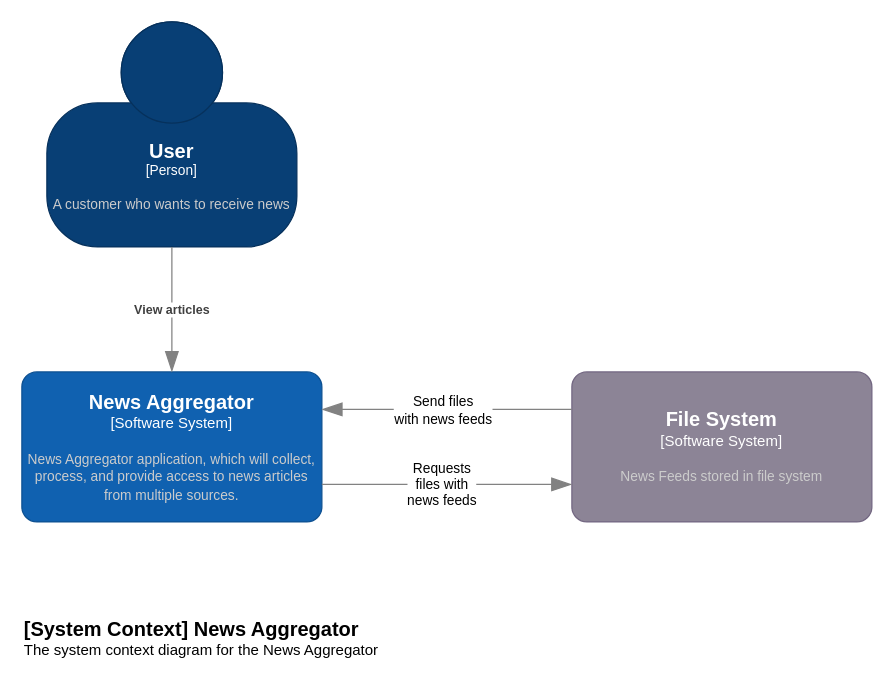
This is page "ContextDiagram" (1 of 4) of docs/c4model/c4model.drawio.xml from antonchaban/news-aggregator, a draw.io file, before an edit. Source tidied: cells renumbered, new cells numbered last; positions are measured from the earlier drawing's top-left corner, leaving out a move shared by most shapes. Both pictures are drawn from the tidied source at 125%, with x=0, y=0 at pixel (21, 21).
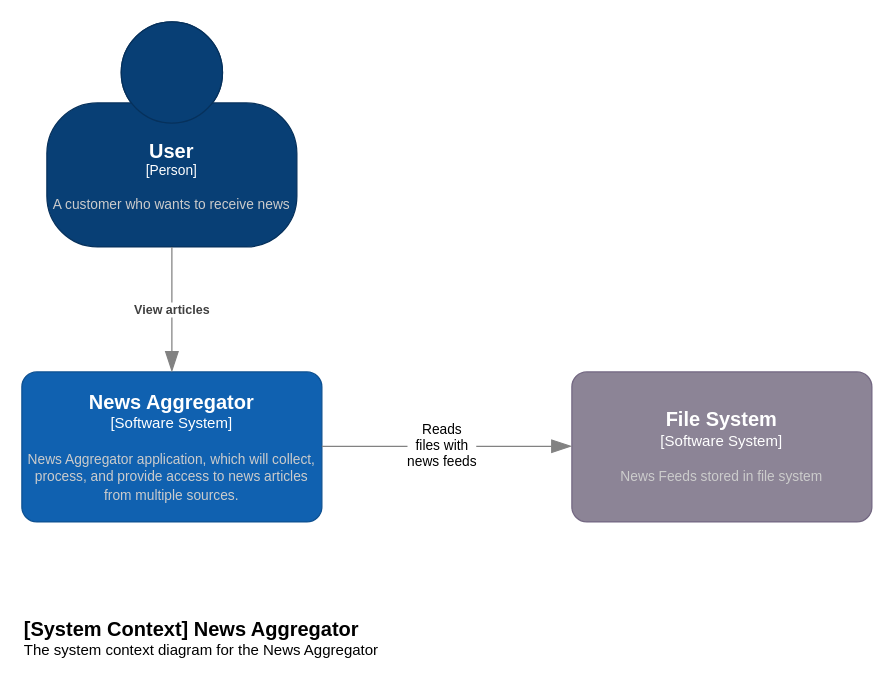
The same page after the edit.

Change to the diagram source:
```diff
@@
 <mxGraphModel>
   <root>
     <mxCell id="0" />
     <mxCell id="1" parent="0" />
     <object id="2" label="&lt;font style=&quot;font-size: 16px&quot;&gt;&lt;b&gt;&lt;div style=&quot;text-align: left&quot;&gt;%c4Name%&lt;/div&gt;&lt;/b&gt;&lt;/font&gt;&lt;div style=&quot;text-align: left&quot;&gt;%c4Description%&lt;/div&gt;" c4Description="The system context diagram for the News Aggregator" c4Name="[System Context] News Aggregator" placeholders="1">
       <mxCell style="text;html=1;strokeColor=none;fillColor=none;align=left;verticalAlign=top;whiteSpace=wrap;rounded=0;" parent="1" vertex="1">
         <mxGeometry y="470" width="330" height="40" as="geometry" />
       </mxCell>
     </object>
     <object id="3" label="&lt;font style=&quot;font-size: 16px&quot;&gt;&lt;b&gt;%c4Name%&lt;/b&gt;&lt;/font&gt;&lt;div&gt;[%c4Type%]&lt;/div&gt;&lt;br&gt;&lt;div&gt;&lt;font style=&quot;font-size: 11px&quot;&gt;&lt;font color=&quot;#cccccc&quot;&gt;%c4Description%&lt;/font&gt;&lt;/div&gt;" c4Description="A customer who wants to receive news" c4Name="User" c4Type="Person" placeholders="1">
       <mxCell style="html=1;fontSize=11;dashed=0;whiteSpace=wrap;fillColor=#083F75;strokeColor=#06315C;fontColor=#ffffff;shape=mxgraph.c4.person2;align=center;points=[[0.5,0,0],[1,0.5,0],[1,0.75,0],[0.75,1,0],[0.5,1,0],[0.25,1,0],[0,0.75,0],[0,0.5,0]];" parent="1" vertex="1">
         <mxGeometry x="20" width="200" height="180" as="geometry" />
       </mxCell>
     </object>
     <object id="4" label="&lt;font style=&quot;font-size: 16px&quot;&gt;&lt;b&gt;%c4Name%&lt;/b&gt;&lt;/font&gt;&lt;div&gt;[%c4Type%]&lt;/div&gt;&lt;br&gt;&lt;div&gt;&lt;font style=&quot;font-size: 11px&quot;&gt;&lt;font color=&quot;#cccccc&quot;&gt;%c4Description%&lt;/font&gt;&lt;/div&gt;" c4Description="News Aggregator application, which will collect, process, and provide access to news articles from multiple sources." c4Name="News Aggregator" c4Type="Software System" placeholders="1">
       <mxCell style="rounded=1;whiteSpace=wrap;html=1;labelBackgroundColor=none;fillColor=#1061B0;fontColor=#ffffff;align=center;arcSize=10;strokeColor=#0D5091;points=[[0.25,0,0],[0.5,0,0],[0.75,0,0],[1,0.25,0],[1,0.5,0],[1,0.75,0],[0.75,1,0],[0.5,1,0],[0.25,1,0],[0,0.75,0],[0,0.5,0],[0,0.25,0]];" parent="1" vertex="1">
         <mxGeometry y="280" width="240" height="120" as="geometry" />
       </mxCell>
     </object>
     <object id="5" label="&lt;font style=&quot;font-size: 16px&quot;&gt;&lt;b&gt;%c4Name%&lt;/b&gt;&lt;/font&gt;&lt;div&gt;[%c4Type%]&lt;/div&gt;&lt;br&gt;&lt;div&gt;&lt;font style=&quot;font-size: 11px&quot;&gt;&lt;font color=&quot;#cccccc&quot;&gt;%c4Description%&lt;/font&gt;&lt;/div&gt;" c4Description="News Feeds stored in file system" c4Name="File System" c4Type="Software System" placeholders="1">
       <mxCell style="rounded=1;whiteSpace=wrap;html=1;labelBackgroundColor=none;fillColor=#8C8496;fontColor=#ffffff;align=center;arcSize=10;strokeColor=#736782;points=[[0.25,0,0],[0.5,0,0],[0.75,0,0],[1,0.25,0],[1,0.5,0],[1,0.75,0],[0.75,1,0],[0.5,1,0],[0.25,1,0],[0,0.75,0],[0,0.5,0],[0,0.25,0]];" parent="1" vertex="1">
         <mxGeometry x="440" y="280" width="240" height="120" as="geometry" />
       </mxCell>
     </object>
     <object id="6" label="&lt;div style=&quot;text-align: left&quot;&gt;&lt;div style=&quot;text-align: center&quot;&gt;&lt;b&gt;%c4Description%&lt;/b&gt;&lt;/div&gt;" c4Description="View articles" placeholders="1">
       <mxCell style="endArrow=blockThin;html=1;fontSize=10;fontColor=#404040;strokeWidth=1;endFill=1;strokeColor=#828282;elbow=vertical;endSize=14;startSize=14;jumpStyle=arc;jumpSize=16;rounded=0;edgeStyle=orthogonalEdgeStyle;exitX=0.5;exitY=1;exitDx=0;exitDy=0;exitPerimeter=0;entryX=0.5;entryY=0;entryDx=0;entryDy=0;entryPerimeter=0;" parent="1" edge="1" source="3" target="4">
         <mxGeometry relative="1" as="geometry" />
       </mxCell>
     </object>
-    <mxCell id="7" style="endArrow=blockThin;html=1;fontSize=10;fontColor=#404040;strokeWidth=1;endFill=1;strokeColor=#828282;elbow=vertical;endSize=14;startSize=14;jumpStyle=arc;jumpSize=16;rounded=0;edgeStyle=orthogonalEdgeStyle;exitX=1;exitY=0.75;exitDx=0;exitDy=0;exitPerimeter=0;entryX=0;entryY=0.75;entryDx=0;entryDy=0;entryPerimeter=0;" parent="1" edge="1" source="4" target="5">
-      <mxGeometry relative="1" as="geometry" />
+    <mxCell id="7" style="endArrow=blockThin;html=1;fontSize=10;fontColor=#404040;strokeWidth=1;endFill=1;strokeColor=#828282;elbow=vertical;endSize=14;startSize=14;jumpStyle=arc;jumpSize=16;rounded=0;edgeStyle=orthogonalEdgeStyle;exitX=1;exitY=0.75;exitDx=0;exitDy=0;exitPerimeter=0;entryX=0;entryY=0.75;entryDx=0;entryDy=0;entryPerimeter=0;" parent="1" edge="1">
+      <mxGeometry relative="1" as="geometry">
+        <mxPoint x="240" y="339.5" as="sourcePoint" />
+        <mxPoint x="440" y="339.5" as="targetPoint" />
+      </mxGeometry>
     </mxCell>
-    <mxCell id="8" value="Requests&lt;br&gt;files with&lt;br&gt;news feeds" style="edgeLabel;html=1;align=center;verticalAlign=middle;" parent="7" vertex="1">
+    <mxCell id="8" value="Reads&lt;br&gt;files with&lt;br&gt;news feeds" style="edgeLabel;html=1;align=center;verticalAlign=middle;" parent="7" vertex="1">
       <mxGeometry x="-0.16" y="1" relative="1" as="geometry">
         <mxPoint x="11" as="offset" />
       </mxGeometry>
     </mxCell>
-    <mxCell id="9" style="endArrow=blockThin;html=1;fontSize=10;fontColor=#404040;strokeWidth=1;endFill=1;strokeColor=#828282;elbow=vertical;endSize=14;startSize=14;jumpStyle=arc;jumpSize=16;rounded=0;edgeStyle=orthogonalEdgeStyle;exitX=0;exitY=0.25;exitDx=0;exitDy=0;exitPerimeter=0;entryX=1;entryY=0.25;entryDx=0;entryDy=0;entryPerimeter=0;" parent="1" edge="1" source="5" target="4">
-      <mxGeometry relative="1" as="geometry" />
-    </mxCell>
-    <mxCell id="10" value="Send files&lt;br&gt;with news feeds" style="edgeLabel;html=1;align=center;verticalAlign=middle;" parent="9" vertex="1">
-      <mxGeometry x="0.14" y="2" relative="1" as="geometry">
-        <mxPoint x="10" y="-2" as="offset" />
-      </mxGeometry>
-    </mxCell>
   </root>
 </mxGraphModel>
```
